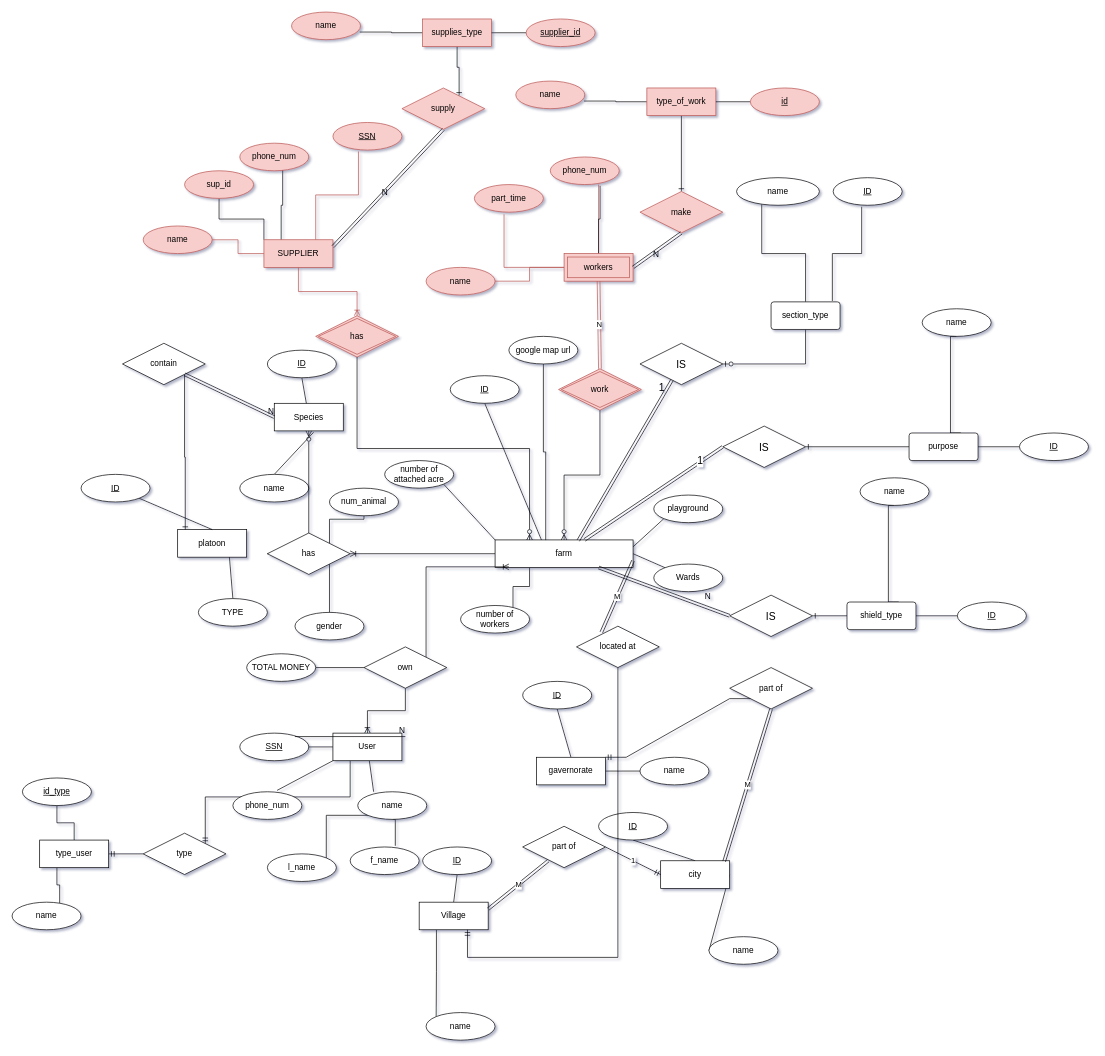
githubmohame/Digitalizing-livestock keeps this draw.io diagram as final project year_erd.drawio. Above is the earlier version. Source tidied: cells renumbered, new cells numbered last; positions are measured from the earlier drawing's top-left corner, leaving out a move shared by most shapes. Both pictures are drawn from the tidied source at 69%, with x=0, y=0 at pixel (12, 12).
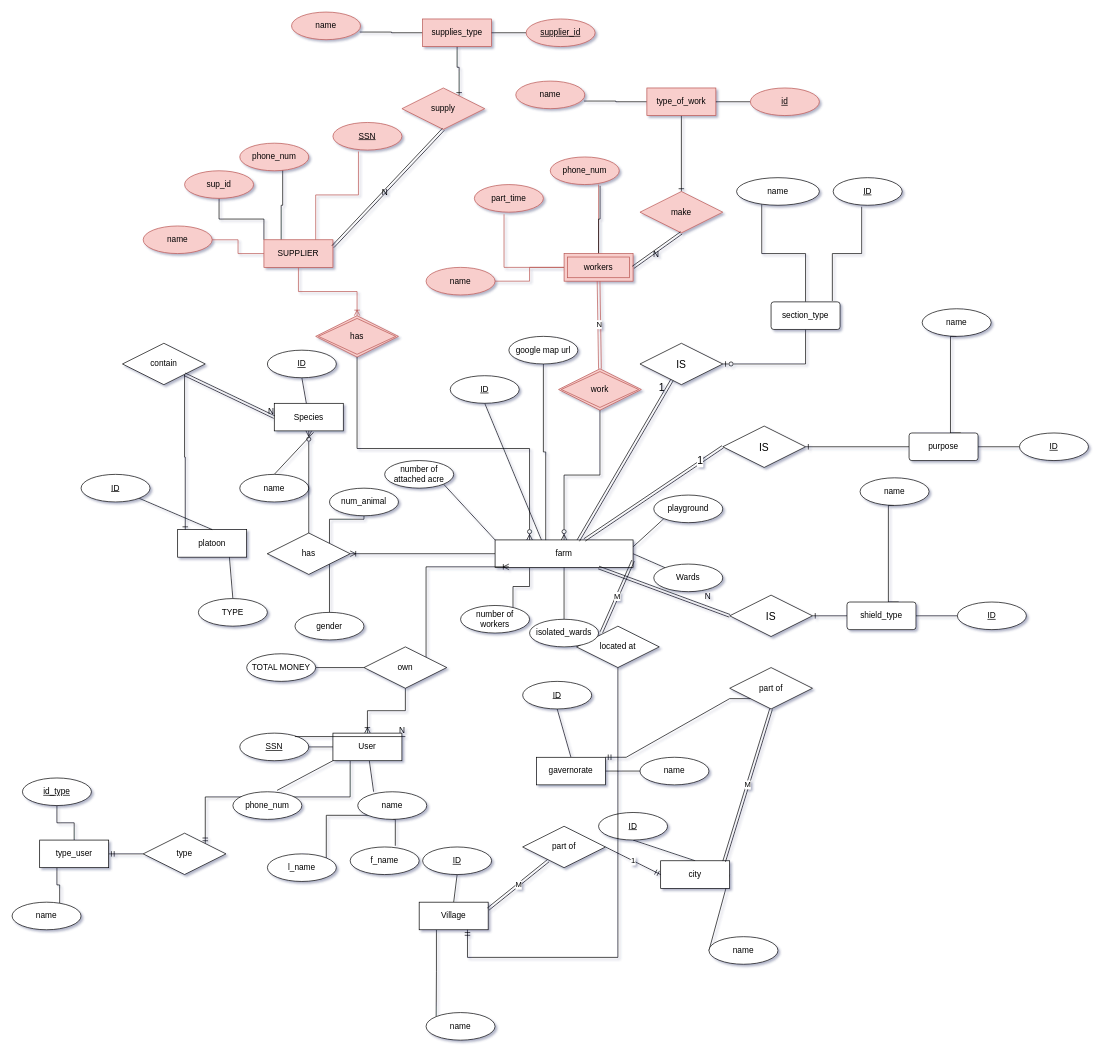
Above is the later version.

Unchanged cells that the change refers to:
```xml
<mxCell id="12" value="farm" style="rounded=0;arcSize=10;whiteSpace=wrap;html=1;align=center;" parent="1" vertex="1">
  <mxGeometry x="700" y="765" width="200" height="40" as="geometry" />
</mxCell>
```

The edit, as a diff of the source:
```diff
@@
+    <mxCell id="155" style="edgeStyle=orthogonalEdgeStyle;rounded=0;jettySize=auto;html=1;exitX=0.5;exitY=0;exitDx=0;exitDy=0;endArrow=none;endFill=0;" parent="1" edge="1" source="156" target="12">
+      <mxGeometry relative="1" as="geometry" />
+    </mxCell>
+    <mxCell id="156" value="isolated_wards" style="ellipse;whiteSpace=wrap;html=1;align=center;" parent="1" vertex="1">
+      <mxGeometry x="750" y="880" width="100" height="40" as="geometry" />
+    </mxCell>
```
